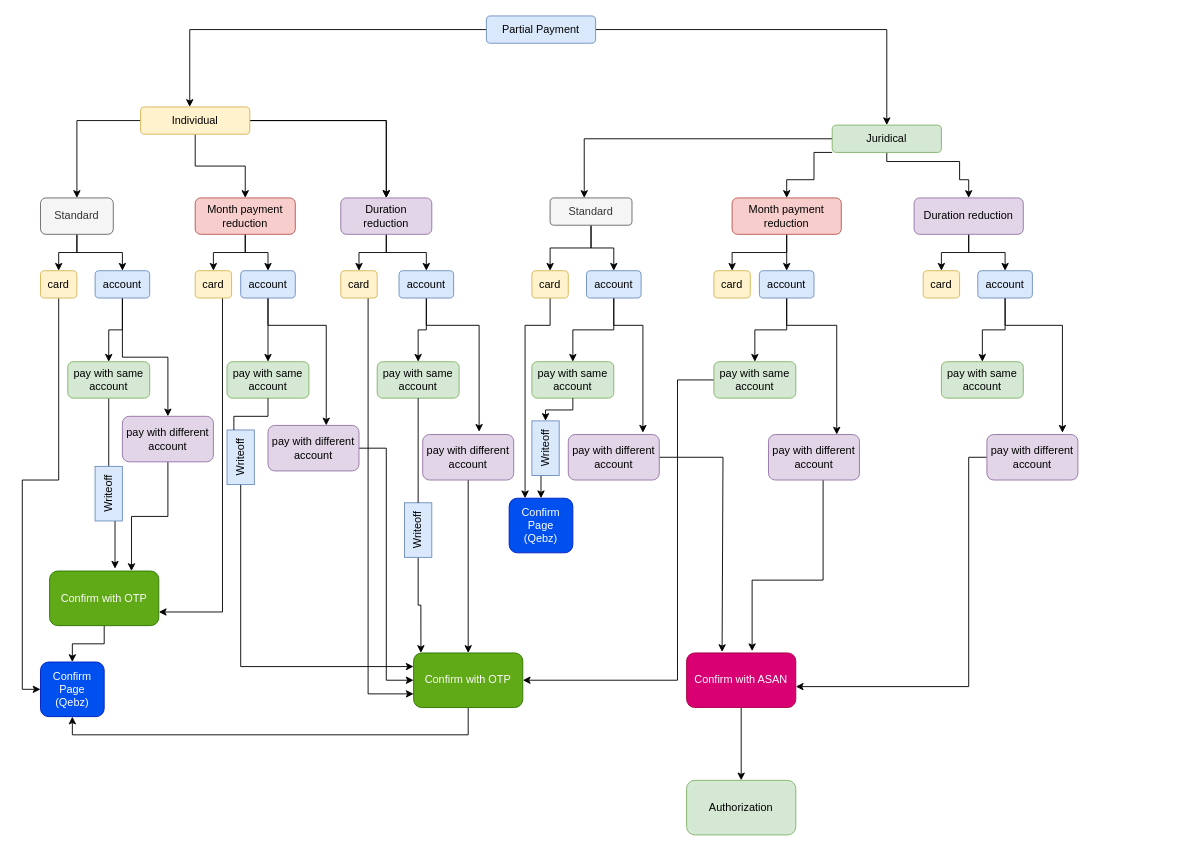
eltacshikhsaidov/tic-tac-toe keeps this draw.io diagram as Диаграмма без названия.drawio. Above is the earlier version. Source tidied: cells renumbered, new cells numbered last; positions are measured from the earlier drawing's top-left corner, leaving out a move shared by most shapes. Both pictures are drawn from the tidied source at 91%, with x=0, y=0 at pixel (40, 15).
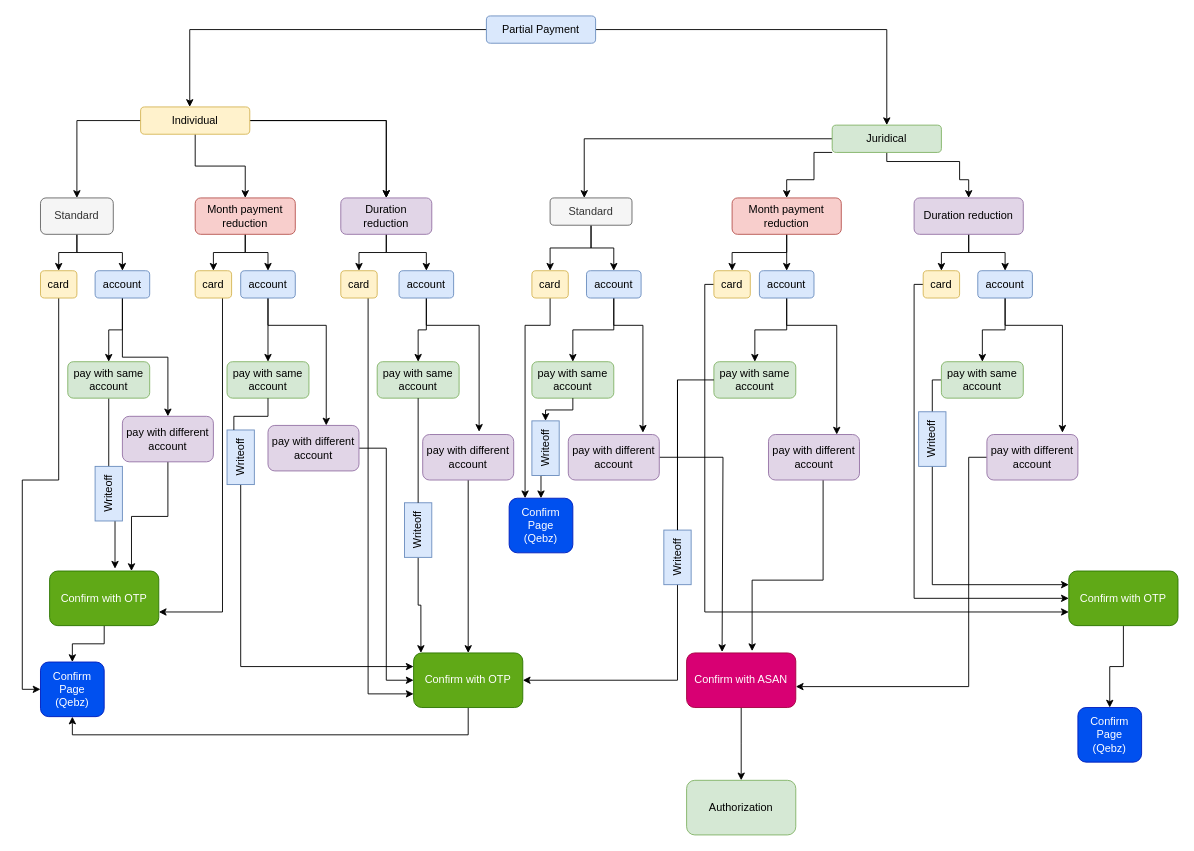
The same diagram, later.

The change refers to these unchanged cells:
```xml
<mxCell id="43" value="card" style="rounded=1;whiteSpace=wrap;html=1;fillColor=#fff2cc;strokeColor=#d6b656;" parent="1" vertex="1">
  <mxGeometry x="740" y="280" width="40" height="30" as="geometry" />
</mxCell>
<mxCell id="44" value="card" style="rounded=1;whiteSpace=wrap;html=1;fillColor=#fff2cc;strokeColor=#d6b656;" parent="1" vertex="1">
  <mxGeometry x="970" y="280" width="40" height="30" as="geometry" />
</mxCell>
<mxCell id="70" value="pay with same account" style="rounded=1;whiteSpace=wrap;html=1;fillColor=#d5e8d4;strokeColor=#82b366;" parent="1" vertex="1">
  <mxGeometry x="740" y="380" width="90" height="40" as="geometry" />
</mxCell>
<mxCell id="71" value="pay with same account" style="rounded=1;whiteSpace=wrap;html=1;fillColor=#d5e8d4;strokeColor=#82b366;" parent="1" vertex="1">
  <mxGeometry x="990" y="380" width="90" height="40" as="geometry" />
</mxCell>
<mxCell id="83" value="Confirm with OTP" style="rounded=1;whiteSpace=wrap;html=1;fillColor=#60a917;fontColor=#ffffff;strokeColor=#2D7600;" parent="1" vertex="1">
  <mxGeometry x="410" y="700" width="120" height="60" as="geometry" />
</mxCell>
```

What changed in the source:
```diff
@@
+    <mxCell id="99" style="edgeStyle=elbowEdgeStyle;rounded=0;jettySize=auto;elbow=vertical;html=1;entryX=0;entryY=0.75;entryDx=0;entryDy=0;strokeColor=#000000;" parent="1" edge="1" source="43" target="105">
+      <mxGeometry relative="1" as="geometry">
+        <Array as="points">
+          <mxPoint x="730" y="560" />
+        </Array>
+      </mxGeometry>
+    </mxCell>
@@
+    <mxCell id="100" style="edgeStyle=elbowEdgeStyle;rounded=0;jettySize=auto;elbow=vertical;html=1;entryX=0;entryY=0.5;entryDx=0;entryDy=0;strokeColor=#000000;" parent="1" edge="1" source="44" target="105">
+      <mxGeometry relative="1" as="geometry">
+        <Array as="points">
+          <mxPoint x="960" y="780" />
+        </Array>
+      </mxGeometry>
+    </mxCell>
@@
-    <mxCell id="69" style="edgeStyle=orthogonalEdgeStyle;rounded=0;jettySize=auto;html=1;entryX=1;entryY=0.5;entryDx=0;entryDy=0;" parent="1" edge="1" source="70" target="83">
+    <mxCell id="69" style="edgeStyle=orthogonalEdgeStyle;rounded=0;jettySize=auto;html=1;entryX=1;entryY=0.5;entryDx=0;entryDy=0;startArrow=none;" parent="1" edge="1" source="102" target="83">
       <mxGeometry relative="1" as="geometry">
         <Array as="points">
           <mxPoint x="700" y="400" />
           <mxPoint x="700" y="730" />
         </Array>
       </mxGeometry>
     </mxCell>
@@
+    <mxCell id="101" style="edgeStyle=elbowEdgeStyle;rounded=0;jettySize=auto;elbow=vertical;html=1;entryX=0;entryY=0.25;entryDx=0;entryDy=0;strokeColor=#000000;" parent="1" edge="1" source="71" target="105">
+      <mxGeometry relative="1" as="geometry">
+        <Array as="points">
+          <mxPoint x="980" y="650" />
+        </Array>
+      </mxGeometry>
+    </mxCell>
@@
+    <mxCell id="102" value="Writeoff" style="text;html=1;strokeColor=#6c8ebf;fillColor=#dae8fc;align=center;verticalAlign=middle;whiteSpace=wrap;rounded=0;rotation=-90;" parent="1" vertex="1">
+      <mxGeometry x="670" y="580" width="60" height="30" as="geometry" />
+    </mxCell>
+    <mxCell id="103" style="edgeStyle=orthogonalEdgeStyle;rounded=0;jettySize=auto;html=1;entryX=1;entryY=0.5;entryDx=0;entryDy=0;endArrow=none;" parent="1" edge="1" source="70" target="102">
+      <mxGeometry relative="1" as="geometry" />
+    </mxCell>
+    <mxCell id="104" style="edgeStyle=elbowEdgeStyle;rounded=0;jettySize=auto;elbow=vertical;html=1;entryX=0.5;entryY=0;entryDx=0;entryDy=0;strokeColor=#000000;" parent="1" edge="1" source="105" target="106">
+      <mxGeometry relative="1" as="geometry" />
+    </mxCell>
+    <mxCell id="105" value="Confirm with OTP" style="rounded=1;whiteSpace=wrap;html=1;fillColor=#60a917;fontColor=#ffffff;strokeColor=#2D7600;" parent="1" vertex="1">
+      <mxGeometry x="1130" y="610" width="120" height="60" as="geometry" />
+    </mxCell>
+    <mxCell id="106" value="Confirm Page&lt;br&gt;(Qebz)" style="rounded=1;whiteSpace=wrap;html=1;fillColor=#0050ef;fontColor=#ffffff;strokeColor=#001DBC;" parent="1" vertex="1">
+      <mxGeometry x="1140" y="760" width="70" height="60" as="geometry" />
+    </mxCell>
+    <mxCell id="107" value="Writeoff" style="text;html=1;strokeColor=#6c8ebf;fillColor=#dae8fc;align=center;verticalAlign=middle;whiteSpace=wrap;rounded=0;rotation=-90;" parent="1" vertex="1">
+      <mxGeometry x="950" y="450" width="60" height="30" as="geometry" />
+    </mxCell>
```
